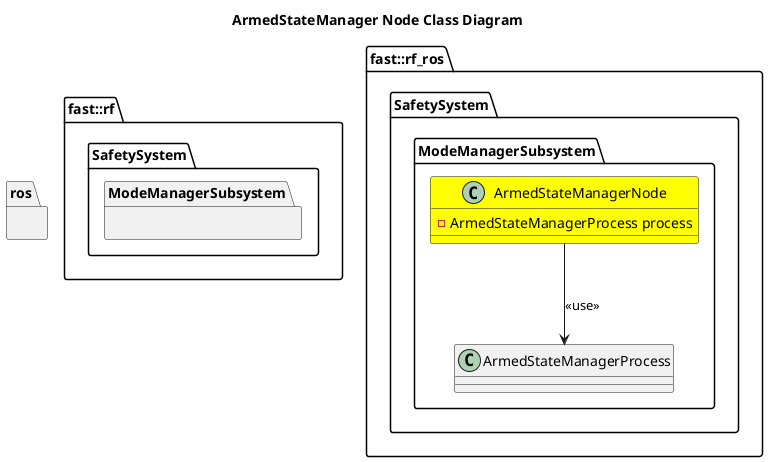
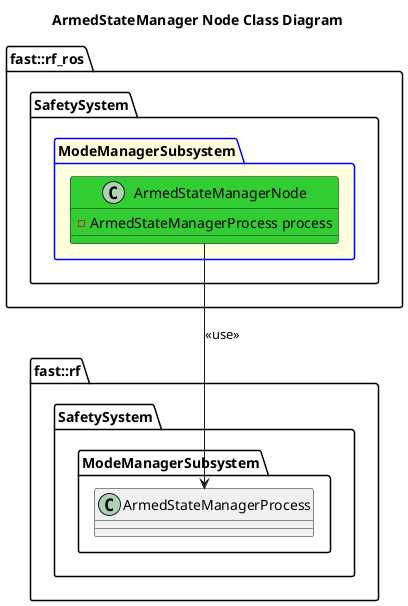
@startuml
title ArmedStateManager Node Class Diagram

- namespace ros {
- }
namespace fast::rf {
    namespace SafetySystem {
        namespace ModeManagerSubsystem {
+             class ArmedStateManagerProcess
        }
    }
}
namespace fast::rf_ros {
   namespace SafetySystem {
-         namespace ModeManagerSubsystem {
-             class ArmedStateManagerNode #Yellow {
+         package ModeManagerSubsystem #LightYellow;line:blue {
+             class ArmedStateManagerNode #LimeGreen {
                -ArmedStateManagerProcess process
            }
            ArmedStateManagerNode --> ArmedStateManagerProcess: <<use>>
        }
    }
}
@enduml
